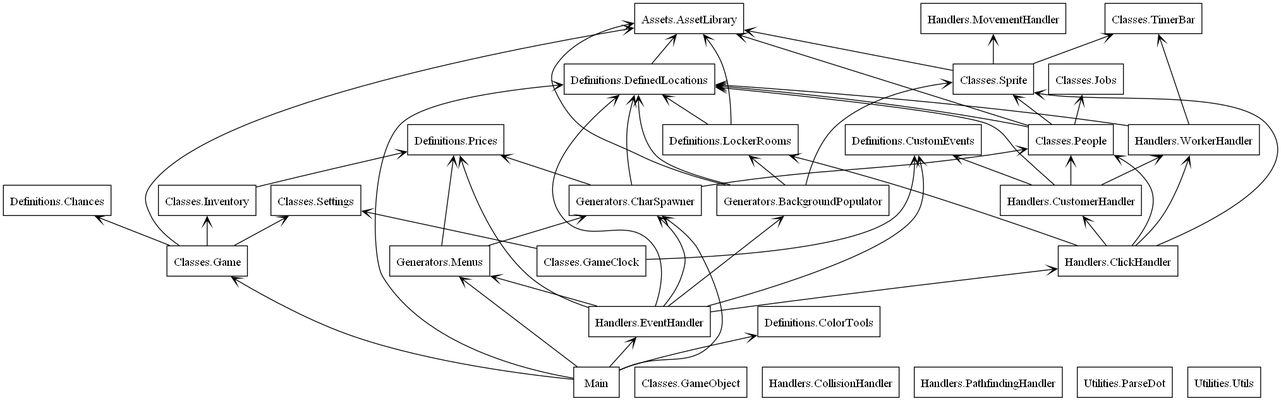
Earlier version of the Graphviz export Utilities/packages.png (AedanM/PoppaPizza). Its source is kept beside it as Utilities/packages.dot.
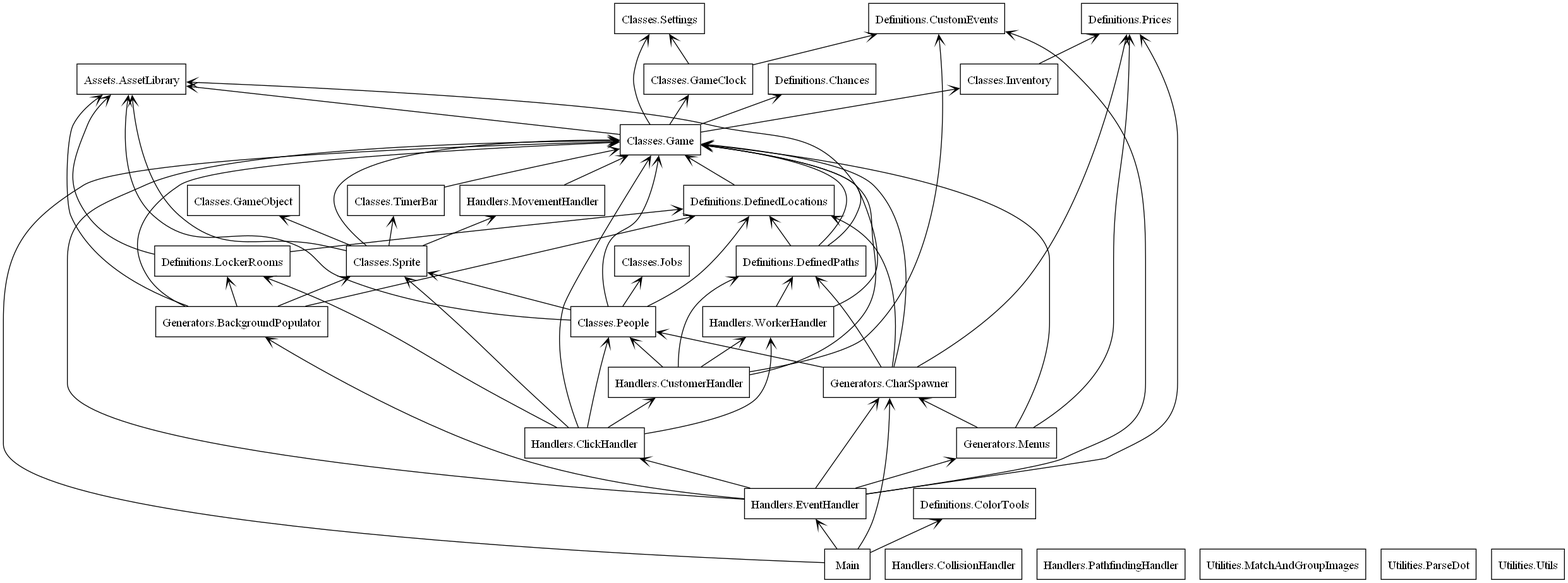
Above is the later version.

Diff of the diagram source:
```diff
@@ -15,6 +15,7 @@
 "Definitions.ColorTools" [color="black", label=<Definitions.ColorTools>, shape="box", style="solid"];
 "Definitions.CustomEvents" [color="black", label=<Definitions.CustomEvents>, shape="box", style="solid"];
 "Definitions.DefinedLocations" [color="black", label=<Definitions.DefinedLocations>, shape="box", style="solid"];
+"Definitions.DefinedPaths" [color="black", label=<Definitions.DefinedPaths>, shape="box", style="solid"];
 "Definitions.LockerRooms" [color="black", label=<Definitions.LockerRooms>, shape="box", style="solid"];
 "Definitions.Prices" [color="black", label=<Definitions.Prices>, shape="box", style="solid"];
 "Generators.BackgroundPopulator" [color="black", label=<Generators.BackgroundPopulator>, shape="box", style="solid"];
@@ -28,9 +29,11 @@
 "Handlers.PathfindingHandler" [color="black", label=<Handlers.PathfindingHandler>, shape="box", style="solid"];
 "Handlers.WorkerHandler" [color="black", label=<Handlers.WorkerHandler>, shape="box", style="solid"];
 "Main" [color="black", label=<Main>, shape="box", style="solid"];
+"Utilities.MatchAndGroupImages" [color="black", label=<Utilities.MatchAndGroupImages>, shape="box", style="solid"];
 "Utilities.ParseDot" [color="black", label=<Utilities.ParseDot>, shape="box", style="solid"];
 "Utilities.Utils" [color="black", label=<Utilities.Utils>, shape="box", style="solid"];
 "Classes.Game" -> "Assets.AssetLibrary" [arrowhead="open", arrowtail="none"];
+"Classes.Game" -> "Classes.GameClock" [arrowhead="open", arrowtail="none"];
 "Classes.Game" -> "Classes.Inventory" [arrowhead="open", arrowtail="none"];
 "Classes.Game" -> "Classes.Settings" [arrowhead="open", arrowtail="none"];
 "Classes.Game" -> "Definitions.Chances" [arrowhead="open", arrowtail="none"];
@@ -38,46 +41,58 @@
 "Classes.GameClock" -> "Definitions.CustomEvents" [arrowhead="open", arrowtail="none"];
 "Classes.Inventory" -> "Definitions.Prices" [arrowhead="open", arrowtail="none"];
 "Classes.People" -> "Assets.AssetLibrary" [arrowhead="open", arrowtail="none"];
+"Classes.People" -> "Classes.Game" [arrowhead="open", arrowtail="none"];
 "Classes.People" -> "Classes.Jobs" [arrowhead="open", arrowtail="none"];
 "Classes.People" -> "Classes.Sprite" [arrowhead="open", arrowtail="none"];
 "Classes.People" -> "Definitions.DefinedLocations" [arrowhead="open", arrowtail="none"];
 "Classes.Sprite" -> "Assets.AssetLibrary" [arrowhead="open", arrowtail="none"];
+"Classes.Sprite" -> "Classes.Game" [arrowhead="open", arrowtail="none"];
+"Classes.Sprite" -> "Classes.GameObject" [arrowhead="open", arrowtail="none"];
 "Classes.Sprite" -> "Classes.TimerBar" [arrowhead="open", arrowtail="none"];
 "Classes.Sprite" -> "Handlers.MovementHandler" [arrowhead="open", arrowtail="none"];
-"Definitions.DefinedLocations" -> "Assets.AssetLibrary" [arrowhead="open", arrowtail="none"];
+"Classes.TimerBar" -> "Classes.Game" [arrowhead="open", arrowtail="none"];
+"Definitions.DefinedLocations" -> "Classes.Game" [arrowhead="open", arrowtail="none"];
+"Definitions.DefinedPaths" -> "Assets.AssetLibrary" [arrowhead="open", arrowtail="none"];
+"Definitions.DefinedPaths" -> "Classes.Game" [arrowhead="open", arrowtail="none"];
+"Definitions.DefinedPaths" -> "Definitions.DefinedLocations" [arrowhead="open", arrowtail="none"];
 "Definitions.LockerRooms" -> "Assets.AssetLibrary" [arrowhead="open", arrowtail="none"];
 "Definitions.LockerRooms" -> "Definitions.DefinedLocations" [arrowhead="open", arrowtail="none"];
 "Generators.BackgroundPopulator" -> "Assets.AssetLibrary" [arrowhead="open", arrowtail="none"];
+"Generators.BackgroundPopulator" -> "Classes.Game" [arrowhead="open", arrowtail="none"];
 "Generators.BackgroundPopulator" -> "Classes.Sprite" [arrowhead="open", arrowtail="none"];
 "Generators.BackgroundPopulator" -> "Definitions.DefinedLocations" [arrowhead="open", arrowtail="none"];
 "Generators.BackgroundPopulator" -> "Definitions.LockerRooms" [arrowhead="open", arrowtail="none"];
+"Generators.CharSpawner" -> "Classes.Game" [arrowhead="open", arrowtail="none"];
 "Generators.CharSpawner" -> "Classes.People" [arrowhead="open", arrowtail="none"];
 "Generators.CharSpawner" -> "Definitions.DefinedLocations" [arrowhead="open", arrowtail="none"];
+"Generators.CharSpawner" -> "Definitions.DefinedPaths" [arrowhead="open", arrowtail="none"];
 "Generators.CharSpawner" -> "Definitions.Prices" [arrowhead="open", arrowtail="none"];
+"Generators.Menus" -> "Classes.Game" [arrowhead="open", arrowtail="none"];
 "Generators.Menus" -> "Definitions.Prices" [arrowhead="open", arrowtail="none"];
 "Generators.Menus" -> "Generators.CharSpawner" [arrowhead="open", arrowtail="none"];
+"Handlers.ClickHandler" -> "Classes.Game" [arrowhead="open", arrowtail="none"];
 "Handlers.ClickHandler" -> "Classes.People" [arrowhead="open", arrowtail="none"];
 "Handlers.ClickHandler" -> "Classes.Sprite" [arrowhead="open", arrowtail="none"];
 "Handlers.ClickHandler" -> "Definitions.LockerRooms" [arrowhead="open", arrowtail="none"];
 "Handlers.ClickHandler" -> "Handlers.CustomerHandler" [arrowhead="open", arrowtail="none"];
 "Handlers.ClickHandler" -> "Handlers.WorkerHandler" [arrowhead="open", arrowtail="none"];
+"Handlers.CustomerHandler" -> "Classes.Game" [arrowhead="open", arrowtail="none"];
 "Handlers.CustomerHandler" -> "Classes.People" [arrowhead="open", arrowtail="none"];
 "Handlers.CustomerHandler" -> "Definitions.CustomEvents" [arrowhead="open", arrowtail="none"];
-"Handlers.CustomerHandler" -> "Definitions.DefinedLocations" [arrowhead="open", arrowtail="none"];
+"Handlers.CustomerHandler" -> "Definitions.DefinedPaths" [arrowhead="open", arrowtail="none"];
 "Handlers.CustomerHandler" -> "Handlers.WorkerHandler" [arrowhead="open", arrowtail="none"];
+"Handlers.EventHandler" -> "Classes.Game" [arrowhead="open", arrowtail="none"];
 "Handlers.EventHandler" -> "Definitions.CustomEvents" [arrowhead="open", arrowtail="none"];
-"Handlers.EventHandler" -> "Definitions.DefinedLocations" [arrowhead="open", arrowtail="none"];
 "Handlers.EventHandler" -> "Definitions.Prices" [arrowhead="open", arrowtail="none"];
 "Handlers.EventHandler" -> "Generators.BackgroundPopulator" [arrowhead="open", arrowtail="none"];
 "Handlers.EventHandler" -> "Generators.CharSpawner" [arrowhead="open", arrowtail="none"];
 "Handlers.EventHandler" -> "Generators.Menus" [arrowhead="open", arrowtail="none"];
 "Handlers.EventHandler" -> "Handlers.ClickHandler" [arrowhead="open", arrowtail="none"];
-"Handlers.WorkerHandler" -> "Classes.TimerBar" [arrowhead="open", arrowtail="none"];
-"Handlers.WorkerHandler" -> "Definitions.DefinedLocations" [arrowhead="open", arrowtail="none"];
+"Handlers.MovementHandler" -> "Classes.Game" [arrowhead="open", arrowtail="none"];
+"Handlers.WorkerHandler" -> "Classes.Game" [arrowhead="open", arrowtail="none"];
+"Handlers.WorkerHandler" -> "Definitions.DefinedPaths" [arrowhead="open", arrowtail="none"];
 "Main" -> "Classes.Game" [arrowhead="open", arrowtail="none"];
 "Main" -> "Definitions.ColorTools" [arrowhead="open", arrowtail="none"];
-"Main" -> "Definitions.DefinedLocations" [arrowhead="open", arrowtail="none"];
 "Main" -> "Generators.CharSpawner" [arrowhead="open", arrowtail="none"];
-"Main" -> "Generators.Menus" [arrowhead="open", arrowtail="none"];
 "Main" -> "Handlers.EventHandler" [arrowhead="open", arrowtail="none"];
 }
```
